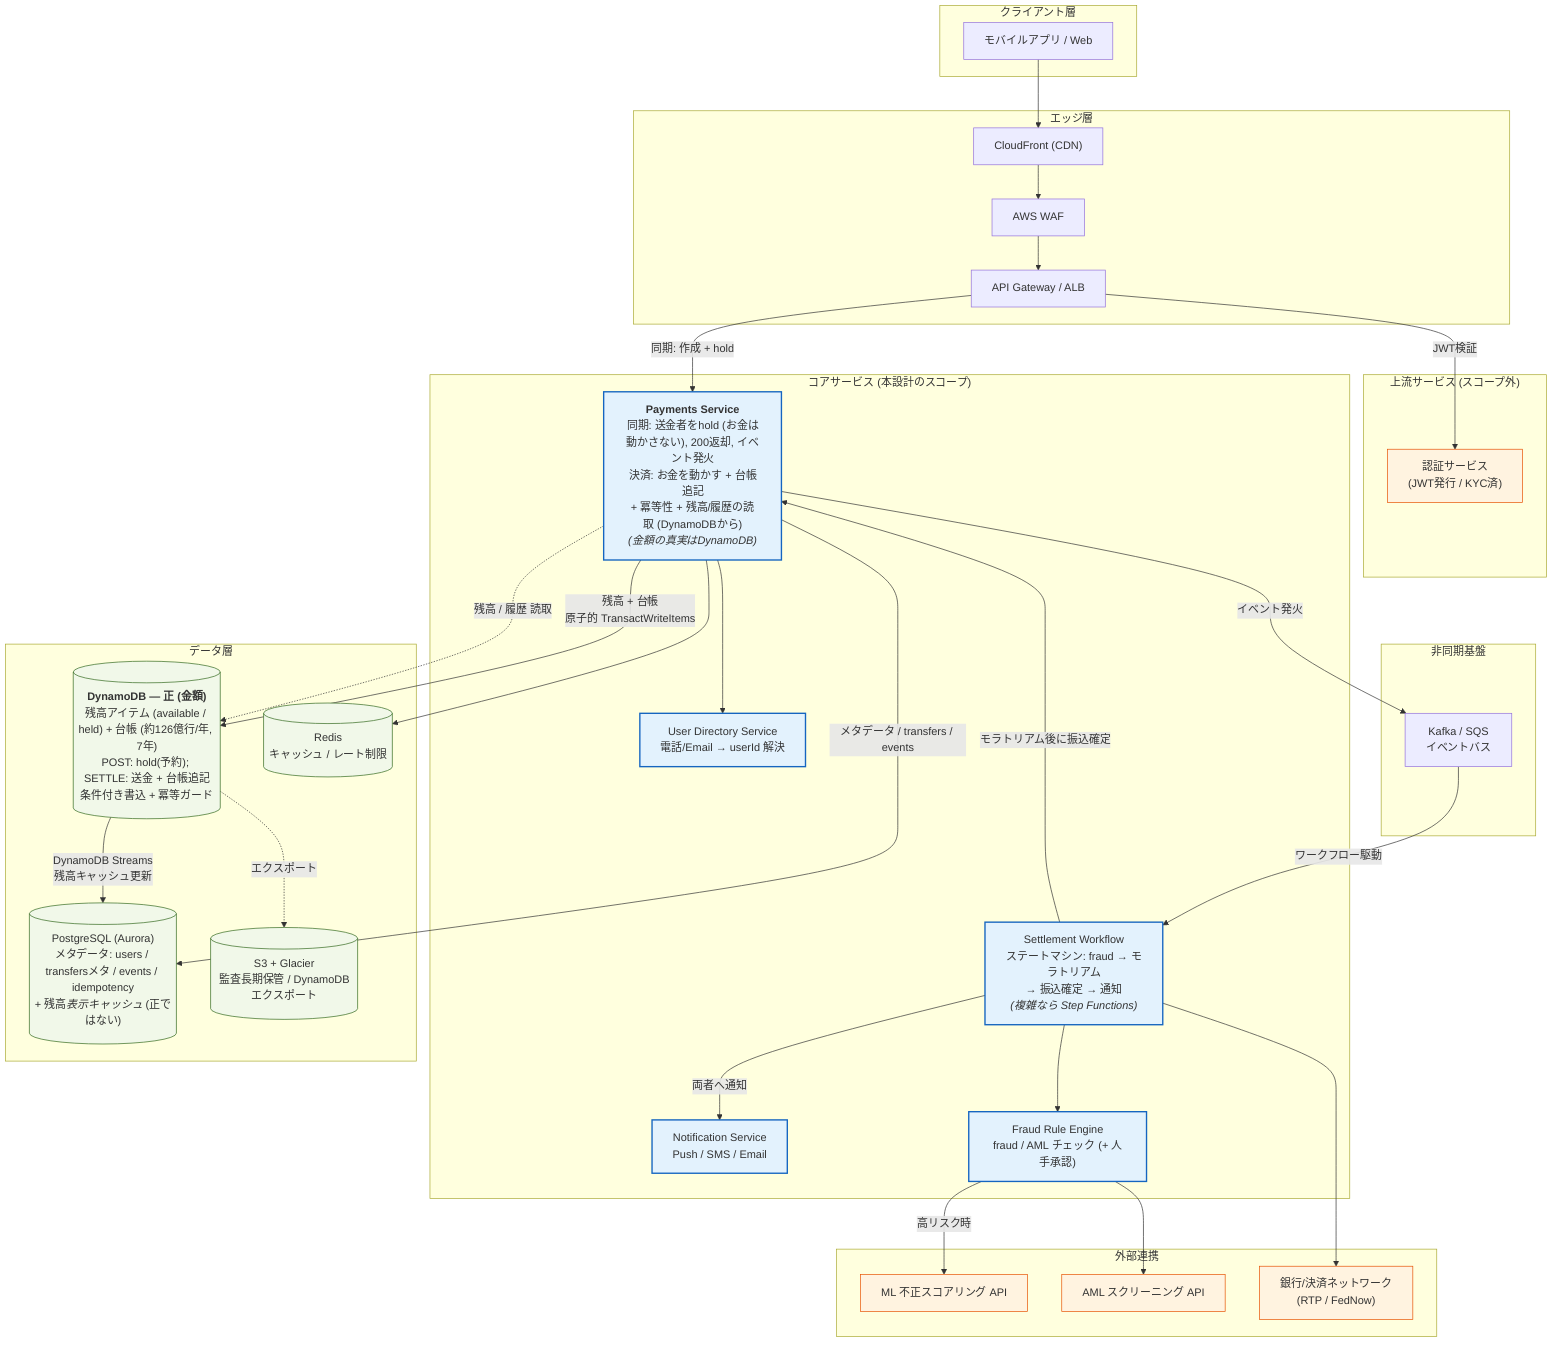
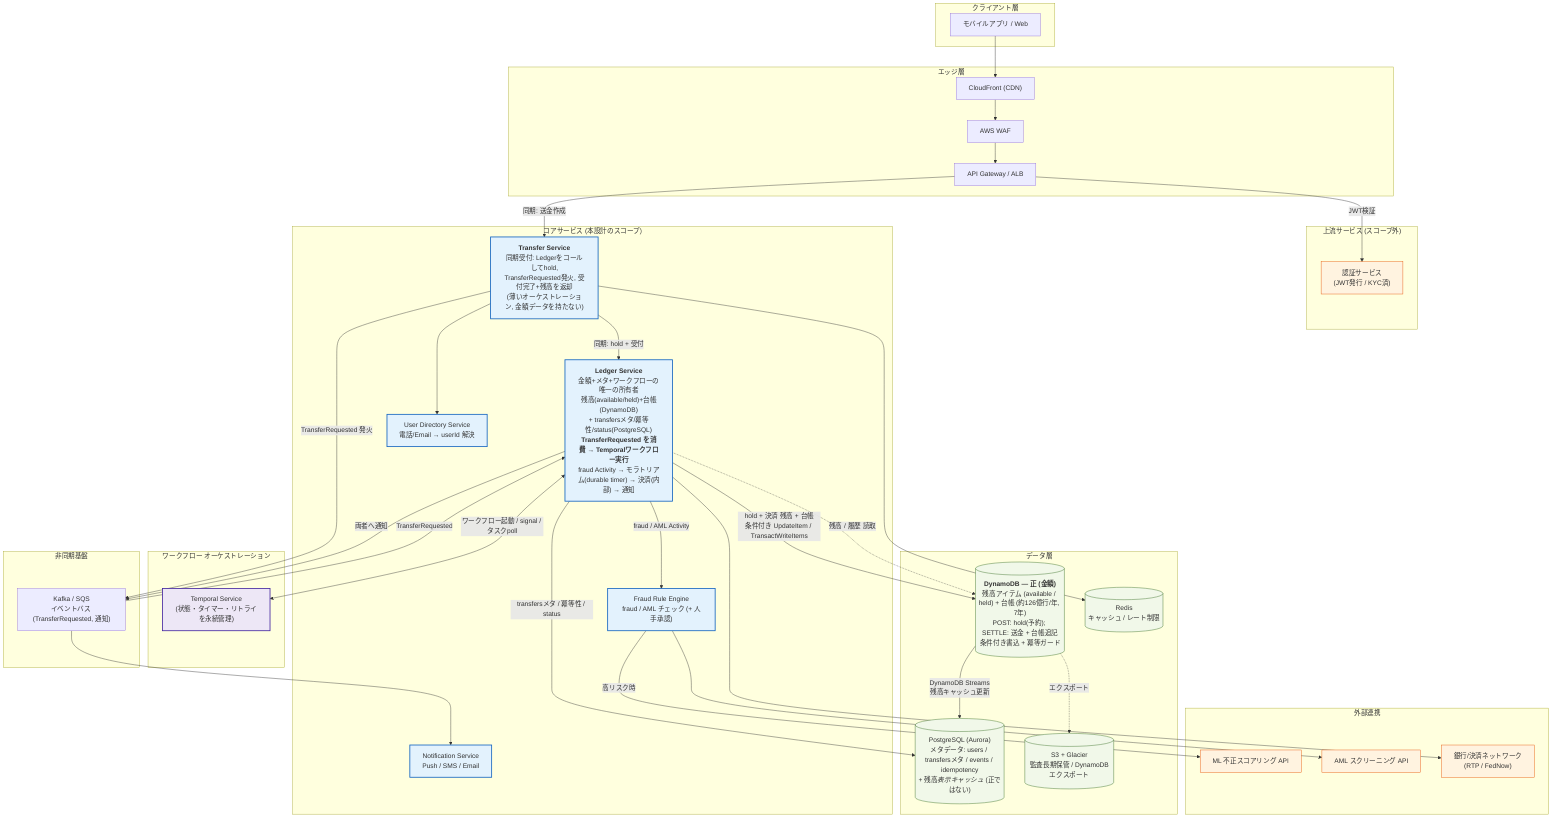
graph TB
    subgraph Client["クライアント層"]
        MOBILE["モバイルアプリ / Web"]
    end

    subgraph Edge["エッジ層"]
        CDN["CloudFront (CDN)"]
        WAF["AWS WAF"]
        APIGW["API Gateway / ALB"]
    end

    subgraph Upstream["上流サービス (スコープ外)"]
        AUTH["認証サービス<br/>(JWT発行 / KYC済)"]
    end

    subgraph Core["コアサービス (本設計のスコープ)"]
-         PAYMENTS["<b>Payments Service</b><br/>同期: 送金者をhold (お金は動かさない), 200返却, イベント発火<br/>決済: お金を動かす + 台帳追記<br/>+ 冪等性 + 残高/履歴の読取 (DynamoDBから)<br/><i>(金額の真実はDynamoDB)</i>"]
-         WF["Settlement Workflow<br/>ステートマシン: fraud → モラトリアム<br/>→ 振込確定 → 通知<br/><i>(複雑なら Step Functions)</i>"]
+         TRANSFER["<b>Transfer Service</b><br/>同期受付: Ledgerをコールしてhold,<br/>TransferRequested発火, 受付完了+残高を返却<br/>(薄いオーケストレーション, 金額データを持たない)"]
+         LEDGER["<b>Ledger Service</b><br/>金額+メタ+ワークフローの唯一の所有者<br/>残高(available/held)+台帳(DynamoDB)<br/>+ transfersメタ/冪等性/status(PostgreSQL)<br/><b>TransferRequested を消費 → Temporalワークフロー実行</b><br/>fraud Activity → モラトリアム(durable timer) → 決済(内部) → 通知"]
        USER["User Directory Service<br/>電話/Email → userId 解決"]
        NOTIFY["Notification Service<br/>Push / SMS / Email"]
        FRAUD["Fraud Rule Engine<br/>fraud / AML チェック (+ 人手承認)"]
    end

+     subgraph Orch["ワークフロー オーケストレーション"]
+         TSERVER["Temporal Service<br/>(状態・タイマー・リトライを永続管理)"]
+     end
+ 
    subgraph Async["非同期基盤"]
-         MQ["Kafka / SQS<br/>イベントバス"]
+         MQ["Kafka / SQS<br/>イベントバス (TransferRequested, 通知)"]
    end

    subgraph Data["データ層"]
        DDB[("<b>DynamoDB — 正 (金額)</b><br/>残高アイテム (available / held) + 台帳 (約126億行/年, 7年)<br/>POST: hold(予約); SETTLE: 送金 + 台帳追記<br/>条件付き書込 + 冪等ガード")]
        LEDGERDB[("PostgreSQL (Aurora)<br/>メタデータ: users / transfersメタ / events / idempotency<br/>+ 残高<i>表示キャッシュ</i> (正ではない)")]
        CACHE[("Redis<br/>キャッシュ / レート制限")]
        ARCHIVE[("S3 + Glacier<br/>監査長期保管 / DynamoDBエクスポート")]
    end

    subgraph External["外部連携"]
        ML["ML 不正スコアリング API"]
        AML["AML スクリーニング API"]
        BANK["銀行/決済ネットワーク<br/>(RTP / FedNow)"]
    end

    MOBILE --> CDN --> WAF --> APIGW
    APIGW -->|JWT検証| AUTH
-     APIGW -->|同期: 作成 + hold| PAYMENTS
+     APIGW -->|同期: 送金作成| TRANSFER

-     PAYMENTS --> USER
-     PAYMENTS --> CACHE
-     PAYMENTS -->|残高 + 台帳<br/>原子的 TransactWriteItems| DDB
-     PAYMENTS -.残高 / 履歴 読取.-> DDB
-     PAYMENTS -->|メタデータ / transfers / events| LEDGERDB
-     PAYMENTS -->|イベント発火| MQ
+     TRANSFER --> USER
+     TRANSFER --> CACHE
+     TRANSFER -->|同期: hold + 受付| LEDGER
+     TRANSFER -->|TransferRequested 発火| MQ

-     MQ -->|ワークフロー駆動| WF
-     WF --> FRAUD
-     WF -->|モラトリアム後に振込確定| PAYMENTS
-     WF --> BANK
-     WF -->|両者へ通知| NOTIFY
+     LEDGER -->|hold + 決済 残高 + 台帳<br/>条件付き UpdateItem / TransactWriteItems| DDB
+     LEDGER -.残高 / 履歴 読取.-> DDB
+     LEDGER -->|transfersメタ / 冪等性 / status| LEDGERDB
+ 
+     MQ -->|TransferRequested| LEDGER
+     LEDGER <-->|ワークフロー起動 / signal / タスクpoll| TSERVER
+     LEDGER -->|fraud / AML Activity| FRAUD
+     LEDGER --> BANK
+     LEDGER -->|両者へ通知| MQ
+     MQ --> NOTIFY

    FRAUD -->|高リスク時| ML
    FRAUD --> AML

    DDB -->|DynamoDB Streams<br/>残高キャッシュ更新| LEDGERDB
    DDB -.エクスポート.-> ARCHIVE

    classDef scope fill:#e3f2fd,stroke:#1565c0,stroke-width:2px;
    classDef ext fill:#fff3e0,stroke:#e65100,stroke-width:1px;
    classDef data fill:#f1f8e9,stroke:#33691e,stroke-width:1px;
-     class PAYMENTS,WF,USER,NOTIFY,FRAUD scope;
+     classDef orch fill:#ede7f6,stroke:#4527a0,stroke-width:2px;
+     class TRANSFER,LEDGER,USER,NOTIFY,FRAUD scope;
    class ML,AML,BANK,AUTH ext;
    class DDB,LEDGERDB,CACHE,ARCHIVE data;
+     class TSERVER orch;
